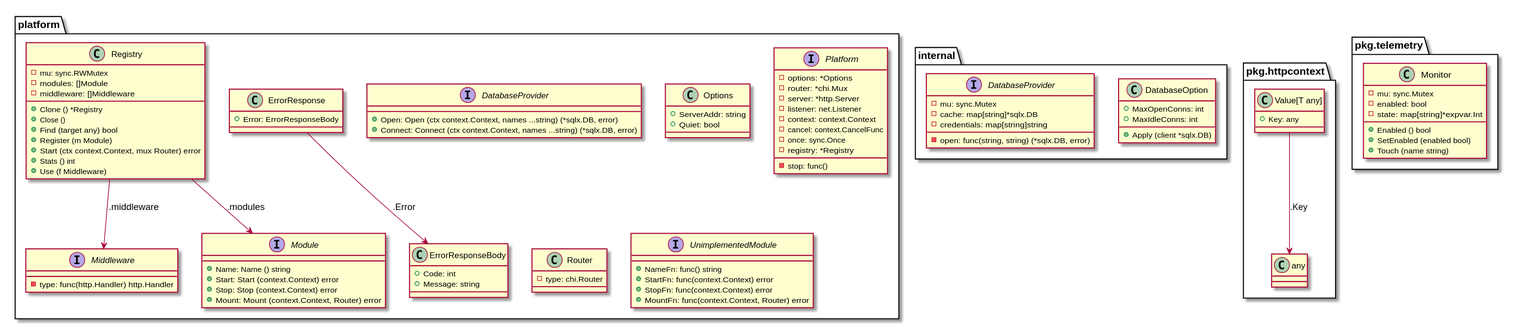
This is docs/structure.svg from titpetric/platform, a PlantUML export, as it was before one commit.
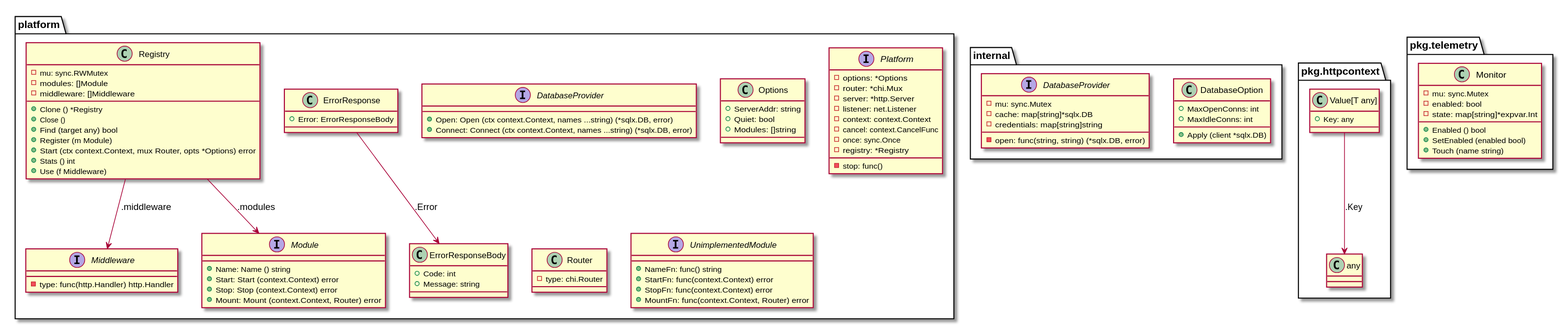
After the commit.

Commit message:
Update registry.Start to take Options, enable/disable modules with config

The edit, as a diff of the source:
```diff
@@ -54,6 +54,7 @@
 class "platform.Options" {
   + ServerAddr: string
   + Quiet: bool
+  + Modules: []string
 }
 
 interface "platform.Platform" {
@@ -76,7 +77,7 @@
   + Close ()
   + Find (target any) bool
   + Register (m Module)
-  + Start (ctx context.Context, mux Router) error
+  + Start (ctx context.Context, mux Router, opts *Options) error
   + Stats () int
   + Use (f Middleware)
 }
```
